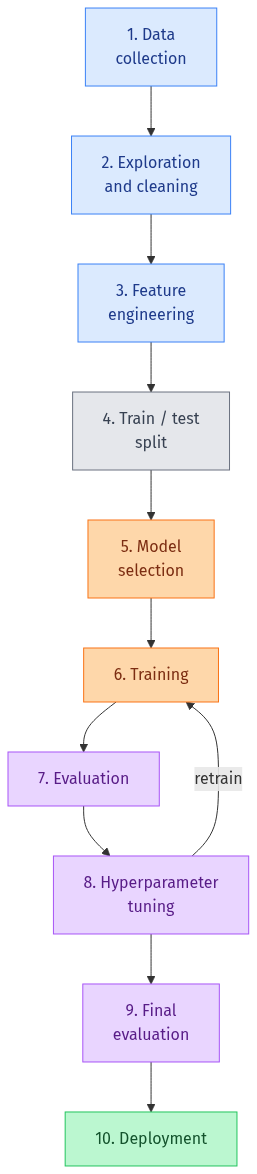
This is book/_static/generated/diagrams_pdf/en/00_fundamentals_02_fundamental_concepts_01.png from dmjimenezbravo/ml-teachbook-usal, a Mermaid export, as it was before one commit. Its source is kept beside it as diagram_sources/en/00_fundamentals_02_fundamental_concepts_01.mermaid. The source it was exported from:
```mermaid
flowchart TD
    A["1. Data<br/>collection"] --> B["2. Exploration<br/>and cleaning"]
    B --> C["3. Feature<br/>engineering"]
    C --> D["4. Train / test<br/>split"]
    D --> E["5. Model<br/>selection"]
    E --> F["6. Training"]
    F --> G["7. Evaluation"]
    G --> H["8. Hyperparameter<br/>tuning"]
    H -->|retrain| F
    H --> I["9. Final<br/>evaluation"]
    I --> J["10. Deployment"]

    classDef data fill:#dbeafe,stroke:#3b82f6,color:#1e3a8a
    classDef split fill:#e5e7eb,stroke:#6b7280,color:#374151
    classDef model fill:#fed7aa,stroke:#f97316,color:#7c2d12
    classDef eval fill:#e9d5ff,stroke:#a855f7,color:#581c87
    classDef deploy fill:#bbf7d0,stroke:#22c55e,color:#14532d

    class A,B,C data
    class D split
    class E,F model
    class G,H,I eval
    class J deploy
```
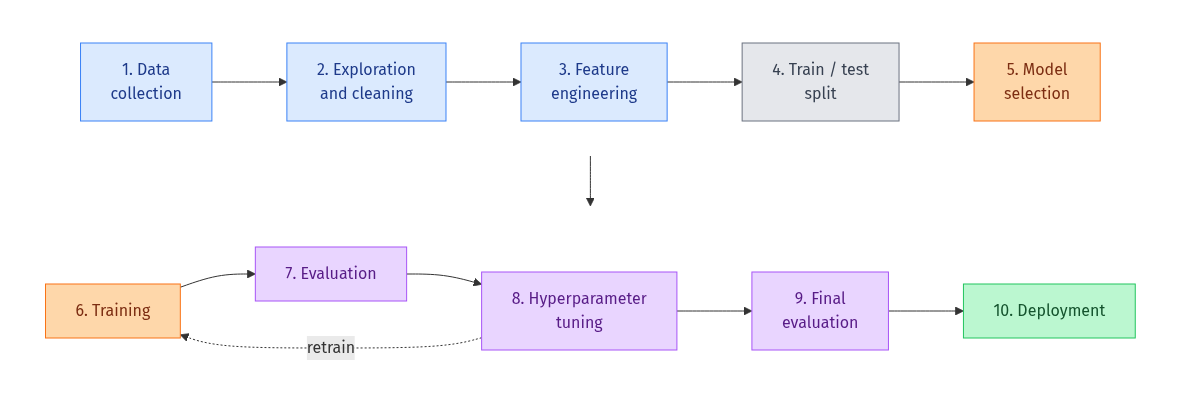
After the commit.

Diff of the diagram source:
```diff
@@ -1,14 +1,22 @@
-flowchart TD
-    A["1. Data<br/>collection"] --> B["2. Exploration<br/>and cleaning"]
-    B --> C["3. Feature<br/>engineering"]
-    C --> D["4. Train / test<br/>split"]
-    D --> E["5. Model<br/>selection"]
-    E --> F["6. Training"]
-    F --> G["7. Evaluation"]
-    G --> H["8. Hyperparameter<br/>tuning"]
-    H -->|retrain| F
-    H --> I["9. Final<br/>evaluation"]
-    I --> J["10. Deployment"]
+flowchart TB
+    subgraph ROW1[" "]
+        direction LR
+        A["1. Data<br/>collection"] --> B["2. Exploration<br/>and cleaning"]
+        B --> C["3. Feature<br/>engineering"]
+        C --> D["4. Train / test<br/>split"]
+        D --> E["5. Model<br/>selection"]
+    end
+
+    subgraph ROW2[" "]
+        direction LR
+        F["6. Training"] --> G["7. Evaluation"]
+        G --> H["8. Hyperparameter<br/>tuning"]
+        H --> I["9. Final<br/>evaluation"]
+        I --> J["10. Deployment"]
+    end
+
+    E --> F
+    H -.->|retrain| F
 
     classDef data fill:#dbeafe,stroke:#3b82f6,color:#1e3a8a
     classDef split fill:#e5e7eb,stroke:#6b7280,color:#374151
@@ -21,3 +29,6 @@
     class E,F model
     class G,H,I eval
     class J deploy
+
+    style ROW1 fill:none,stroke:none
+    style ROW2 fill:none,stroke:none
```
